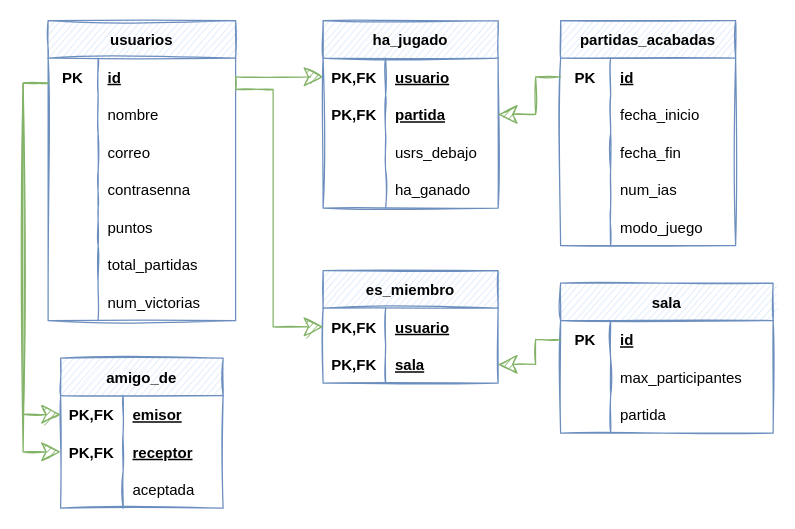
Before: page "Modelo relacional" (2 of 3) of Diseño BD/BD.drawio in UNIZAR-30226-2022-05/Backend, a draw.io diagram. Source tidied: cells renumbered, new cells numbered last; positions are measured from the earlier drawing's top-left corner, leaving out a move shared by most shapes. Both pictures are drawn from the tidied source at 125%, with x=0, y=0 at pixel (22, 20).
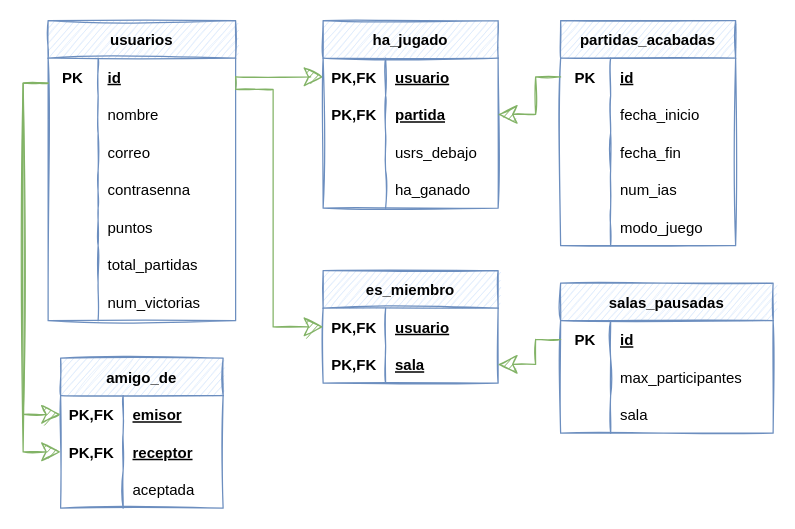
After the change.

The change refers to these unchanged cells:
```xml
<mxCell id="73" style="shape=partialRectangle;fillColor=none;top=0;left=0;bottom=1;right=0;points=[[0,0.5],[1,0.5]];portConstraint=eastwest;strokeColor=none;" parent="65" vertex="1">
  <mxGeometry y="90" width="170" height="30" as="geometry" />
</mxCell>
```

What changed in the source:
```diff
@@
-    <mxCell id="65" value="sala" style="shape=table;startSize=30;childLayout=tableLayout;rowLines=0;fontStyle=1;align=center;fillColor=#dae8fc;strokeColor=#6c8ebf;sketch=1;" parent="1" vertex="1">
+    <mxCell id="65" value="salas_pausadas" style="shape=table;startSize=30;childLayout=tableLayout;rowLines=0;fontStyle=1;align=center;fillColor=#dae8fc;strokeColor=#6c8ebf;sketch=1;" parent="1" vertex="1">
       <mxGeometry x="430" y="210" width="170" height="120" as="geometry" />
     </mxCell>
@@
-    <mxCell id="75" value="partida" style="shape=partialRectangle;fillColor=none;top=0;left=0;bottom=0;right=0;align=left;spacingLeft=6;fontStyle=0;overflow=hidden;" parent="73" vertex="1">
+    <mxCell id="75" value="sala" style="shape=partialRectangle;fillColor=none;top=0;left=0;bottom=0;right=0;align=left;spacingLeft=6;fontStyle=0;overflow=hidden;" parent="73" vertex="1">
       <mxGeometry x="40" width="130" height="30" as="geometry" />
     </mxCell>
```
